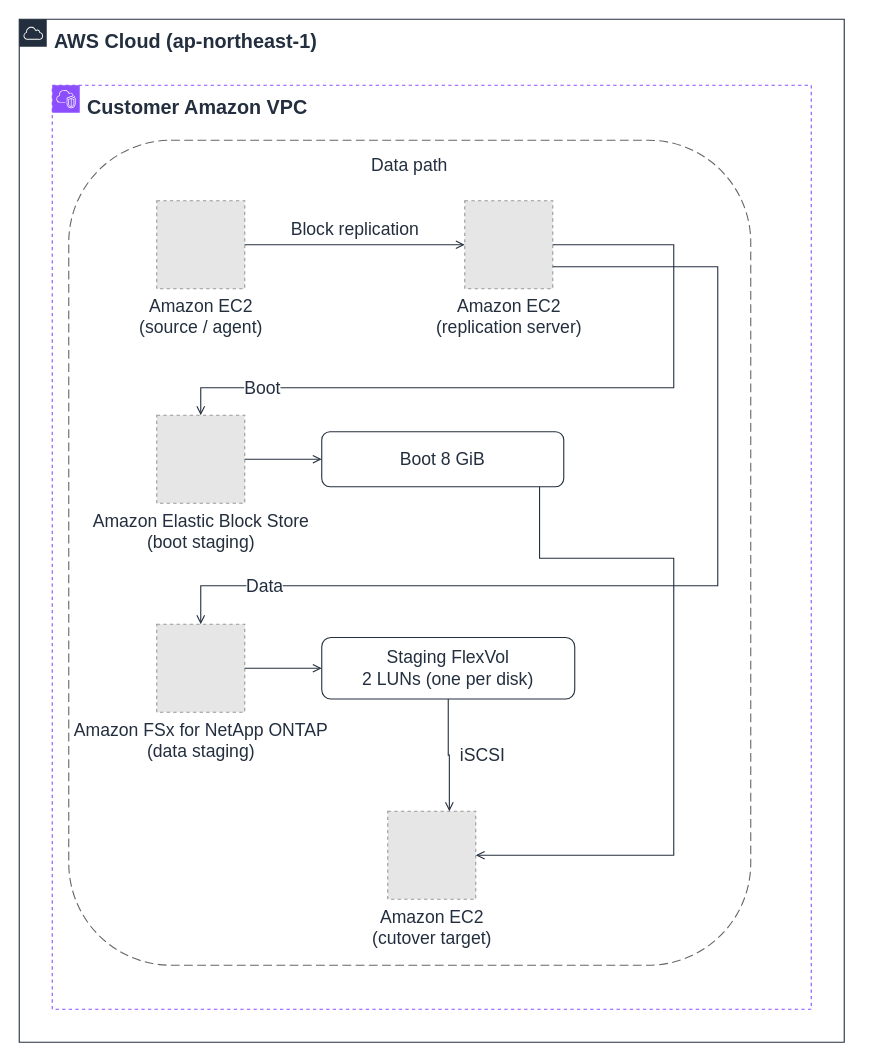
This is docs/_assets/diagrams/atx-fsxn-data-path-en.drawio from Yoshiki0705/vmware-migration-ec2-ontap, a draw.io file, before an edit. Source tidied: cells renumbered, new cells numbered last; positions are measured from the earlier drawing's top-left corner, leaving out a move shared by most shapes. Both pictures are drawn from the tidied source at 110%, with x=0, y=0 at pixel (19, 19). Pictures stored in the file or linked from it are replaced by grey dashed boxes.
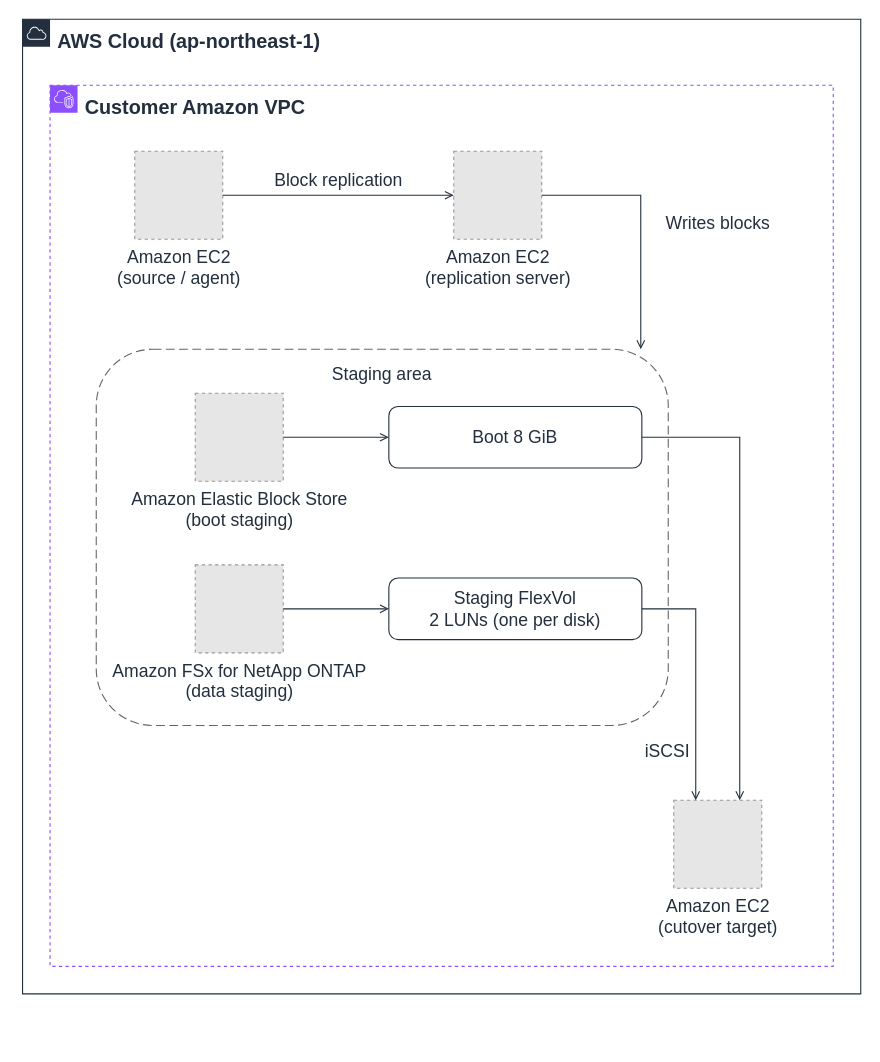
The same diagram, later.

The edit, as a diff of the source:
```diff
@@
     <mxCell id="2" value="AWS Cloud (ap-northeast-1)" style="gradientColor=none;html=1;whiteSpace=wrap;fontSize=18;fontStyle=1;fontColor=#232F3E;shape=mxgraph.aws4.group;grIcon=mxgraph.aws4.group_aws_cloud;strokeColor=#232F3E;fillColor=none;verticalAlign=top;align=left;spacingLeft=30;spacingTop=4;dashed=0;" parent="1" vertex="1">
-      <mxGeometry width="750" height="930" as="geometry" />
+      <mxGeometry x="3" width="762" height="886" as="geometry" />
     </mxCell>
     <mxCell id="3" value="Customer Amazon VPC" style="gradientColor=none;html=1;whiteSpace=wrap;fontSize=18;fontStyle=1;fontColor=#232F3E;shape=mxgraph.aws4.group;grIcon=mxgraph.aws4.group_vpc2;strokeColor=#8C4FFF;fillColor=none;verticalAlign=top;align=left;spacingLeft=30;spacingTop=4;dashed=1;" parent="1" vertex="1">
-      <mxGeometry x="30" y="60" width="690" height="840" as="geometry" />
+      <mxGeometry x="28" y="60" width="712" height="801" as="geometry" />
     </mxCell>
-    <mxCell id="4" value="Data path" style="rounded=1;whiteSpace=wrap;html=1;dashed=1;dashPattern=8 4;strokeColor=#666666;fillColor=none;fontColor=#232F3E;fontSize=16;verticalAlign=top;align=center;spacingTop=6;" parent="1" vertex="1">
-      <mxGeometry x="45" y="110" width="620" height="750" as="geometry" />
-    </mxCell>
+    <mxCell id="19" value="Staging area" style="rounded=1;whiteSpace=wrap;html=1;dashed=1;dashPattern=8 4;strokeColor=#666666;fillColor=none;fontColor=#232F3E;fontSize=16;verticalAlign=top;align=center;spacingTop=6;" parent="1" vertex="1">
+      <mxGeometry x="70" y="300" width="520" height="342" as="geometry" />
+    </mxCell>
     <mxCell id="5" value="Boot 8 GiB" style="rounded=1;whiteSpace=wrap;html=1;strokeColor=#232F3E;fillColor=none;fontColor=#232F3E;fontSize=16;verticalAlign=middle;align=center;" parent="1" vertex="1">
-      <mxGeometry x="275" y="375" width="220" height="50" as="geometry" />
+      <mxGeometry x="336" y="352" width="230" height="56" as="geometry" />
     </mxCell>
     <mxCell id="6" value="Staging FlexVol&#10;2 LUNs (one per disk)" style="rounded=1;whiteSpace=wrap;html=1;strokeColor=#232F3E;fillColor=none;fontColor=#232F3E;fontSize=16;verticalAlign=middle;align=center;" parent="1" vertex="1">
-      <mxGeometry x="275" y="562" width="230" height="56" as="geometry" />
+      <mxGeometry x="336" y="508" width="230" height="56" as="geometry" />
     </mxCell>
     <mxCell id="7" value="Amazon EC2&#10;(source / agent)" style="fillColor=#E6E6E6;strokeColor=#999999;dashed=1;html=1;verticalLabelPosition=bottom;verticalAlign=top;labelPosition=center;align=center;fontSize=16;fontColor=#232F3E;" parent="1" vertex="1">
-      <mxGeometry x="125" y="165" width="80" height="80" as="geometry" />
+      <mxGeometry x="105" y="120" width="80" height="80" as="geometry" />
     </mxCell>
     <mxCell id="8" value="Amazon EC2&#10;(replication server)" style="fillColor=#E6E6E6;strokeColor=#999999;dashed=1;html=1;verticalLabelPosition=bottom;verticalAlign=top;labelPosition=center;align=center;fontSize=16;fontColor=#232F3E;" parent="1" vertex="1">
-      <mxGeometry x="405" y="165" width="80" height="80" as="geometry" />
+      <mxGeometry x="395" y="120" width="80" height="80" as="geometry" />
     </mxCell>
     <mxCell id="9" value="Amazon Elastic Block Store&#10;(boot staging)" style="fillColor=#E6E6E6;strokeColor=#999999;dashed=1;html=1;verticalLabelPosition=bottom;verticalAlign=top;labelPosition=center;align=center;fontSize=16;fontColor=#232F3E;" parent="1" vertex="1">
-      <mxGeometry x="125" y="360" width="80" height="80" as="geometry" />
+      <mxGeometry x="160" y="340" width="80" height="80" as="geometry" />
     </mxCell>
     <mxCell id="10" value="Amazon FSx for NetApp ONTAP&#10;(data staging)" style="fillColor=#E6E6E6;strokeColor=#999999;dashed=1;html=1;verticalLabelPosition=bottom;verticalAlign=top;labelPosition=center;align=center;fontSize=16;fontColor=#232F3E;" parent="1" vertex="1">
-      <mxGeometry x="125" y="550" width="80" height="80" as="geometry" />
+      <mxGeometry x="160" y="496" width="80" height="80" as="geometry" />
     </mxCell>
     <mxCell id="11" value="Amazon EC2&#10;(cutover target)" style="fillColor=#E6E6E6;strokeColor=#999999;dashed=1;html=1;verticalLabelPosition=bottom;verticalAlign=top;labelPosition=center;align=center;fontSize=16;fontColor=#232F3E;" parent="1" vertex="1">
-      <mxGeometry x="335" y="720" width="80" height="80" as="geometry" />
+      <mxGeometry x="595" y="710" width="80" height="80" as="geometry" />
     </mxCell>
@@
-    <mxCell id="13" value="Boot" style="edgeStyle=orthogonalEdgeStyle;rounded=0;html=1;endArrow=open;endFill=0;strokeColor=#232F3E;strokeWidth=1;fontSize=16;fontColor=#232F3E;labelBackgroundColor=#FFFFFF;exitX=1;exitY=0.5;exitDx=0;exitDy=0;entryX=0.5;entryY=0;entryDx=0;entryDy=0;" parent="1" edge="1" source="8" target="9">
-      <mxGeometry x="0.9" relative="1" as="geometry">
+    <mxCell id="13" value="Writes blocks" style="edgeStyle=orthogonalEdgeStyle;rounded=0;html=1;endArrow=open;endFill=0;strokeColor=#232F3E;strokeWidth=1;fontSize=16;fontColor=#232F3E;labelBackgroundColor=#FFFFFF;exitX=1;exitY=0.5;exitDx=0;exitDy=0;entryX=0.952;entryY=0;entryDx=0;entryDy=0;" parent="1" edge="1" source="8" target="19">
+      <mxGeometry relative="1" as="geometry">
         <Array as="points">
-          <mxPoint x="595" y="205" />
-          <mxPoint x="595" y="335" />
-          <mxPoint x="165" y="335" />
+          <mxPoint x="565" y="160" />
         </Array>
-        <mxPoint x="46" as="offset" />
+        <mxPoint x="70" as="offset" />
       </mxGeometry>
     </mxCell>
-    <mxCell id="14" value="Data" style="edgeStyle=orthogonalEdgeStyle;rounded=0;html=1;endArrow=open;endFill=0;strokeColor=#232F3E;strokeWidth=1;fontSize=16;fontColor=#232F3E;labelBackgroundColor=#FFFFFF;exitX=1;exitY=0.75;exitDx=0;exitDy=0;entryX=0.5;entryY=0;entryDx=0;entryDy=0;" parent="1" edge="1" source="8" target="10">
-      <mxGeometry x="0.9" relative="1" as="geometry">
-        <Array as="points">
-          <mxPoint x="635" y="225" />
-          <mxPoint x="635" y="515" />
-          <mxPoint x="165" y="515" />
-        </Array>
-        <mxPoint x="46" as="offset" />
-      </mxGeometry>
+    <mxCell id="14" style="edgeStyle=orthogonalEdgeStyle;rounded=0;html=1;endArrow=open;endFill=0;strokeColor=#232F3E;strokeWidth=1;fontSize=16;fontColor=#232F3E;labelBackgroundColor=#FFFFFF;exitX=1;exitY=0.5;exitDx=0;exitDy=0;entryX=0;entryY=0.5;entryDx=0;entryDy=0;" parent="1" edge="1" source="9" target="5">
+      <mxGeometry relative="1" as="geometry" />
     </mxCell>
-    <mxCell id="15" style="edgeStyle=orthogonalEdgeStyle;rounded=0;html=1;endArrow=open;endFill=0;strokeColor=#232F3E;strokeWidth=1;fontSize=16;fontColor=#232F3E;labelBackgroundColor=#FFFFFF;exitX=1;exitY=0.5;exitDx=0;exitDy=0;entryX=0;entryY=0.5;entryDx=0;entryDy=0;" parent="1" edge="1" source="9" target="5">
+    <mxCell id="15" style="edgeStyle=orthogonalEdgeStyle;rounded=0;html=1;endArrow=open;endFill=0;strokeColor=#232F3E;strokeWidth=1;fontSize=16;fontColor=#232F3E;labelBackgroundColor=#FFFFFF;exitX=1;exitY=0.5;exitDx=0;exitDy=0;entryX=0;entryY=0.5;entryDx=0;entryDy=0;" parent="1" edge="1" source="10" target="6">
       <mxGeometry relative="1" as="geometry" />
     </mxCell>
-    <mxCell id="16" style="edgeStyle=orthogonalEdgeStyle;rounded=0;html=1;endArrow=open;endFill=0;strokeColor=#232F3E;strokeWidth=1;fontSize=16;fontColor=#232F3E;labelBackgroundColor=#FFFFFF;exitX=1;exitY=0.5;exitDx=0;exitDy=0;entryX=0;entryY=0.5;entryDx=0;entryDy=0;" parent="1" edge="1" source="10" target="6">
-      <mxGeometry relative="1" as="geometry" />
+    <mxCell id="16" style="edgeStyle=orthogonalEdgeStyle;rounded=0;html=1;endArrow=open;endFill=0;strokeColor=#232F3E;strokeWidth=1;fontSize=16;fontColor=#232F3E;labelBackgroundColor=#FFFFFF;exitX=1;exitY=0.5;exitDx=0;exitDy=0;entryX=0.75;entryY=0;entryDx=0;entryDy=0;" parent="1" edge="1" source="5" target="11">
+      <mxGeometry relative="1" as="geometry">
+        <Array as="points">
+          <mxPoint x="655" y="380" />
+        </Array>
+      </mxGeometry>
     </mxCell>
-    <mxCell id="17" style="edgeStyle=orthogonalEdgeStyle;rounded=0;html=1;endArrow=open;endFill=0;strokeColor=#232F3E;strokeWidth=1;fontSize=16;fontColor=#232F3E;labelBackgroundColor=#FFFFFF;exitX=0.9;exitY=1;exitDx=0;exitDy=0;entryX=1;entryY=0.5;entryDx=0;entryDy=0;" parent="1" edge="1" source="5" target="11">
-      <mxGeometry relative="1" as="geometry">
+    <mxCell id="17" value="iSCSI" style="edgeStyle=orthogonalEdgeStyle;rounded=0;html=1;endArrow=open;endFill=0;strokeColor=#232F3E;strokeWidth=1;fontSize=16;fontColor=#232F3E;labelBackgroundColor=#FFFFFF;exitX=1;exitY=0.5;exitDx=0;exitDy=0;entryX=0.25;entryY=0;entryDx=0;entryDy=0;" parent="1" edge="1" source="6" target="11">
+      <mxGeometry x="0.6" relative="1" as="geometry">
         <Array as="points">
-          <mxPoint x="473" y="490" />
-          <mxPoint x="595" y="490" />
-          <mxPoint x="595" y="760" />
+          <mxPoint x="615" y="536" />
         </Array>
+        <mxPoint x="-26" as="offset" />
       </mxGeometry>
     </mxCell>
-    <mxCell id="18" value="iSCSI" style="edgeStyle=orthogonalEdgeStyle;rounded=0;html=1;endArrow=open;endFill=0;strokeColor=#232F3E;strokeWidth=1;fontSize=16;fontColor=#232F3E;labelBackgroundColor=#FFFFFF;exitX=0.5;exitY=1;exitDx=0;exitDy=0;entryX=0.7;entryY=0;entryDx=0;entryDy=0;" parent="1" edge="1" source="6" target="11">
-      <mxGeometry relative="1" as="geometry">
-        <mxPoint x="30" as="offset" />
-      </mxGeometry>
-    </mxCell>
```
